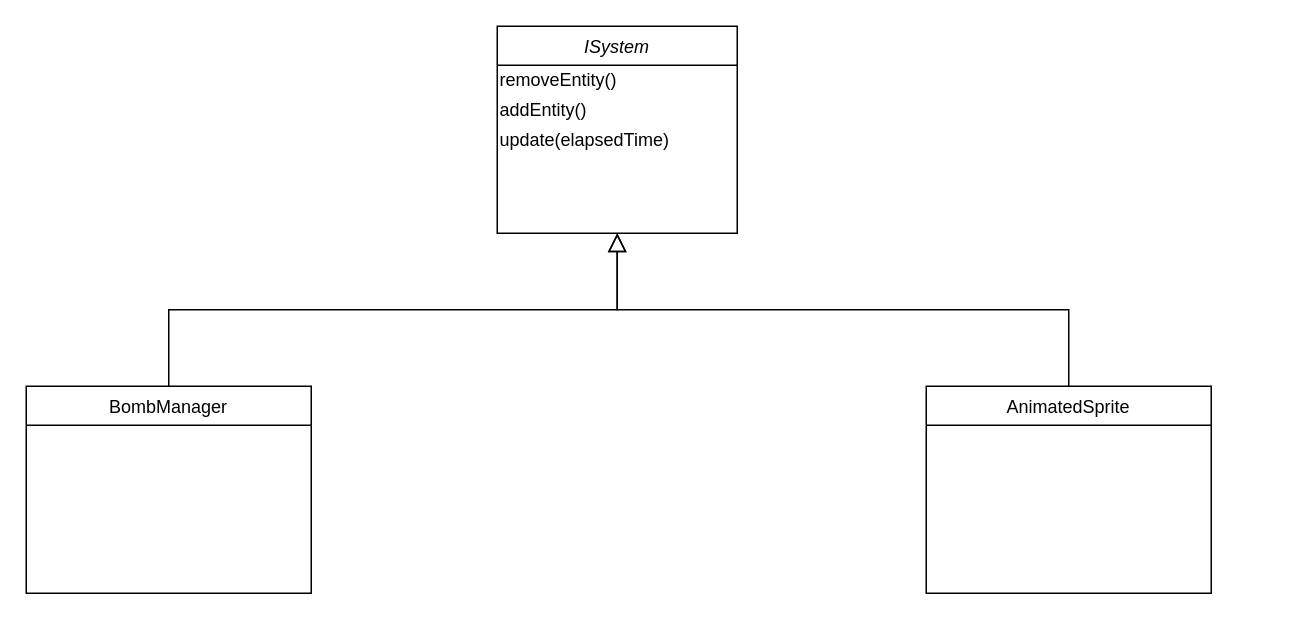
The draw.io diagram page "Systems" (3 of 4) of UMLGeneralFramework.drawio in Kragoum/BomberKnight, before the edit. Source tidied: cells renumbered, new cells numbered last; positions are measured from the earlier drawing's top-left corner, leaving out a move shared by most shapes. Both pictures are drawn from the tidied source at 150%, with x=0, y=0 at pixel (26, 26).
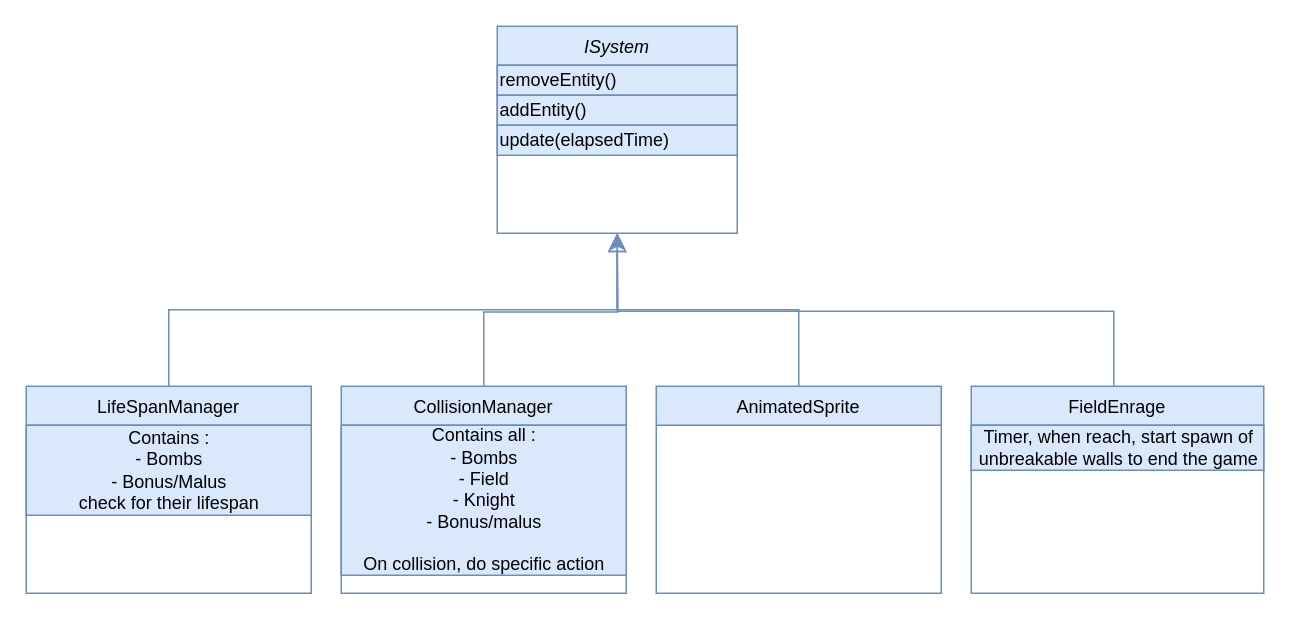
The same page after the edit.

What changed in the source:
```diff
@@
 <mxGraphModel>
   <root>
     <mxCell id="0" />
     <mxCell id="1" parent="0" />
-    <mxCell id="2" value="ISystem" style="swimlane;fontStyle=2;align=center;verticalAlign=top;horizontal=1;startSize=26;rounded=0;shadow=0;strokeWidth=1;" parent="1" vertex="1">
+    <mxCell id="2" value="ISystem" style="swimlane;fontStyle=2;align=center;verticalAlign=top;horizontal=1;startSize=26;rounded=0;shadow=0;strokeWidth=1;fillColor=#dae8fc;strokeColor=#6c8ebf;" parent="1" vertex="1">
       <mxGeometry x="314" width="160" height="138" as="geometry" />
     </mxCell>
-    <mxCell id="3" value="removeEntity()" style="text;html=1;align=left;verticalAlign=middle;strokeColor=none;fillColor=none;" parent="2" vertex="1">
+    <mxCell id="3" value="removeEntity()" style="text;html=1;align=left;verticalAlign=middle;strokeColor=#6c8ebf;fillColor=#dae8fc;" parent="2" vertex="1">
       <mxGeometry y="26" width="160" height="20" as="geometry" />
     </mxCell>
-    <mxCell id="4" value="&lt;div style=&quot;&quot;&gt;&lt;span style=&quot;background-color: initial;&quot;&gt;addEntity()&lt;/span&gt;&lt;/div&gt;" style="text;html=1;align=left;verticalAlign=middle;strokeColor=none;fillColor=none;" parent="2" vertex="1">
+    <mxCell id="4" value="&lt;div style=&quot;&quot;&gt;&lt;span style=&quot;background-color: initial;&quot;&gt;addEntity()&lt;/span&gt;&lt;/div&gt;" style="text;html=1;align=left;verticalAlign=middle;strokeColor=#6c8ebf;fillColor=#dae8fc;" parent="2" vertex="1">
       <mxGeometry y="46" width="160" height="20" as="geometry" />
     </mxCell>
-    <mxCell id="5" value="update(elapsedTime)" style="text;html=1;align=left;verticalAlign=middle;strokeColor=none;fillColor=none;" parent="2" vertex="1">
+    <mxCell id="5" value="update(elapsedTime)" style="text;html=1;align=left;verticalAlign=middle;strokeColor=#6c8ebf;fillColor=#dae8fc;" parent="2" vertex="1">
       <mxGeometry y="66" width="160" height="20" as="geometry" />
     </mxCell>
-    <mxCell id="6" value="BombManager" style="swimlane;fontStyle=0;align=center;verticalAlign=top;horizontal=1;startSize=26;rounded=0;shadow=0;strokeWidth=1;" parent="1" vertex="1">
+    <mxCell id="6" value="LifeSpanManager" style="swimlane;fontStyle=0;align=center;verticalAlign=top;horizontal=1;startSize=26;rounded=0;shadow=0;strokeWidth=1;fillColor=#dae8fc;strokeColor=#6c8ebf;" parent="1" vertex="1">
       <mxGeometry y="240" width="190" height="138" as="geometry" />
     </mxCell>
+    <mxCell id="10" value="Contains :&lt;br&gt;- Bombs&lt;br&gt;- Bonus/Malus&lt;br&gt;check for their lifespan" style="text;html=1;align=center;verticalAlign=middle;strokeColor=#6c8ebf;fillColor=#dae8fc;" parent="6" vertex="1">
+      <mxGeometry y="26" width="190" height="60" as="geometry" />
+    </mxCell>
-    <mxCell id="7" style="endArrow=block;endSize=10;endFill=0;shadow=0;strokeWidth=1;rounded=0;edgeStyle=elbowEdgeStyle;elbow=vertical;" parent="1" edge="1" source="6" target="2">
+    <mxCell id="7" style="endArrow=block;endSize=10;endFill=0;shadow=0;strokeWidth=1;rounded=0;edgeStyle=elbowEdgeStyle;elbow=vertical;fillColor=#dae8fc;strokeColor=#6c8ebf;" parent="1" edge="1" source="6" target="2">
       <mxGeometry relative="1" as="geometry" />
     </mxCell>
-    <mxCell id="8" value="AnimatedSprite" style="swimlane;fontStyle=0;align=center;verticalAlign=top;horizontal=1;startSize=26;rounded=0;shadow=0;strokeWidth=1;" parent="1" vertex="1">
-      <mxGeometry x="600" y="240" width="190" height="138" as="geometry" />
+    <mxCell id="8" value="AnimatedSprite" style="swimlane;fontStyle=0;align=center;verticalAlign=top;horizontal=1;startSize=26;rounded=0;shadow=0;strokeWidth=1;fillColor=#dae8fc;strokeColor=#6c8ebf;" parent="1" vertex="1">
+      <mxGeometry x="420" y="240" width="190" height="138" as="geometry" />
     </mxCell>
-    <mxCell id="9" style="endArrow=block;endSize=10;endFill=0;shadow=0;strokeWidth=1;rounded=0;edgeStyle=elbowEdgeStyle;elbow=vertical;entryX=0.5;entryY=1;entryDx=0;entryDy=0;exitX=0.5;exitY=0;exitDx=0;exitDy=0;" parent="1" edge="1" source="8" target="2">
+    <mxCell id="9" style="endArrow=block;endSize=10;endFill=0;shadow=0;strokeWidth=1;rounded=0;edgeStyle=elbowEdgeStyle;elbow=vertical;entryX=0.5;entryY=1;entryDx=0;entryDy=0;exitX=0.5;exitY=0;exitDx=0;exitDy=0;fillColor=#dae8fc;strokeColor=#6c8ebf;" parent="1" edge="1" source="8" target="2">
       <mxGeometry relative="1" as="geometry" />
     </mxCell>
+    <mxCell id="11" style="edgeStyle=orthogonalEdgeStyle;rounded=0;jettySize=auto;html=1;fillColor=#dae8fc;strokeColor=#6c8ebf;" parent="1" edge="1" source="12">
+      <mxGeometry relative="1" as="geometry">
+        <mxPoint x="394" y="140" as="targetPoint" />
+      </mxGeometry>
+    </mxCell>
+    <mxCell id="12" value="CollisionManager&#10;" style="swimlane;fontStyle=0;align=center;verticalAlign=top;horizontal=1;startSize=26;rounded=0;shadow=0;strokeWidth=1;fillColor=#dae8fc;strokeColor=#6c8ebf;" parent="1" vertex="1">
+      <mxGeometry x="210" y="240" width="190" height="138" as="geometry" />
+    </mxCell>
+    <mxCell id="13" value="Contains all :&lt;br&gt;- Bombs&lt;br&gt;- Field&lt;br&gt;- Knight&lt;br&gt;- Bonus/malus&lt;br&gt;&lt;br&gt;On collision, do specific action" style="text;html=1;align=center;verticalAlign=middle;strokeColor=#6c8ebf;fillColor=#dae8fc;" parent="12" vertex="1">
+      <mxGeometry y="26" width="190" height="100" as="geometry" />
+    </mxCell>
+    <mxCell id="14" style="edgeStyle=orthogonalEdgeStyle;rounded=0;jettySize=auto;html=1;entryX=0.5;entryY=1;entryDx=0;entryDy=0;fillColor=#dae8fc;strokeColor=#6c8ebf;" parent="1" edge="1" source="15" target="2">
+      <mxGeometry relative="1" as="geometry">
+        <Array as="points">
+          <mxPoint x="725" y="190" />
+          <mxPoint x="394" y="190" />
+        </Array>
+      </mxGeometry>
+    </mxCell>
+    <mxCell id="15" value="FieldEnrage" style="swimlane;fontStyle=0;align=center;verticalAlign=top;horizontal=1;startSize=26;rounded=0;shadow=0;strokeWidth=1;fillColor=#dae8fc;strokeColor=#6c8ebf;" parent="1" vertex="1">
+      <mxGeometry x="630" y="240" width="195" height="138" as="geometry" />
+    </mxCell>
+    <mxCell id="16" value="Timer, when reach, start spawn of&lt;br&gt;unbreakable walls to end the game" style="text;html=1;align=center;verticalAlign=middle;strokeColor=#6c8ebf;fillColor=#dae8fc;" parent="15" vertex="1">
+      <mxGeometry y="26" width="195" height="30" as="geometry" />
+    </mxCell>
   </root>
 </mxGraphModel>
```
